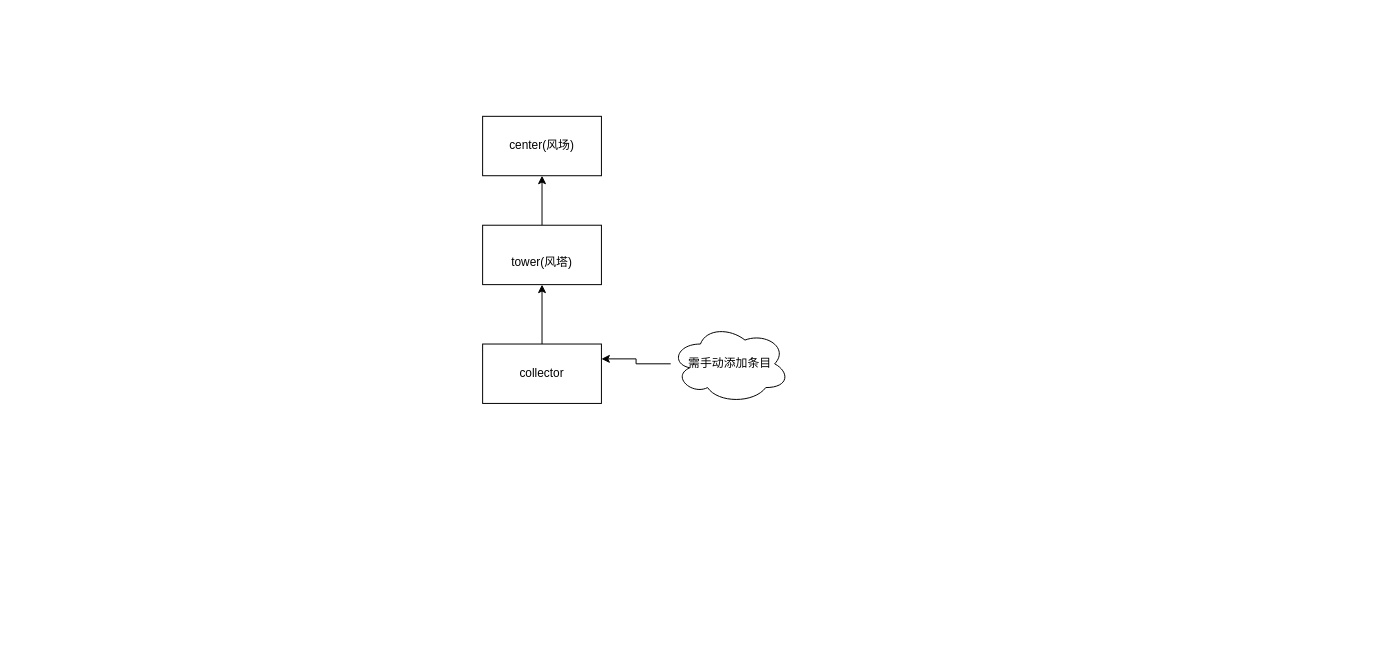
Before: 监测系统配置信息.drawio in spinoza1989/drawIO, a draw.io diagram. Source tidied: cells renumbered, new cells numbered last; positions are measured from the earlier drawing's top-left corner, leaving out a move shared by most shapes. Both pictures are drawn from the tidied source at 99%, with x=0, y=0 at pixel (482, 116).
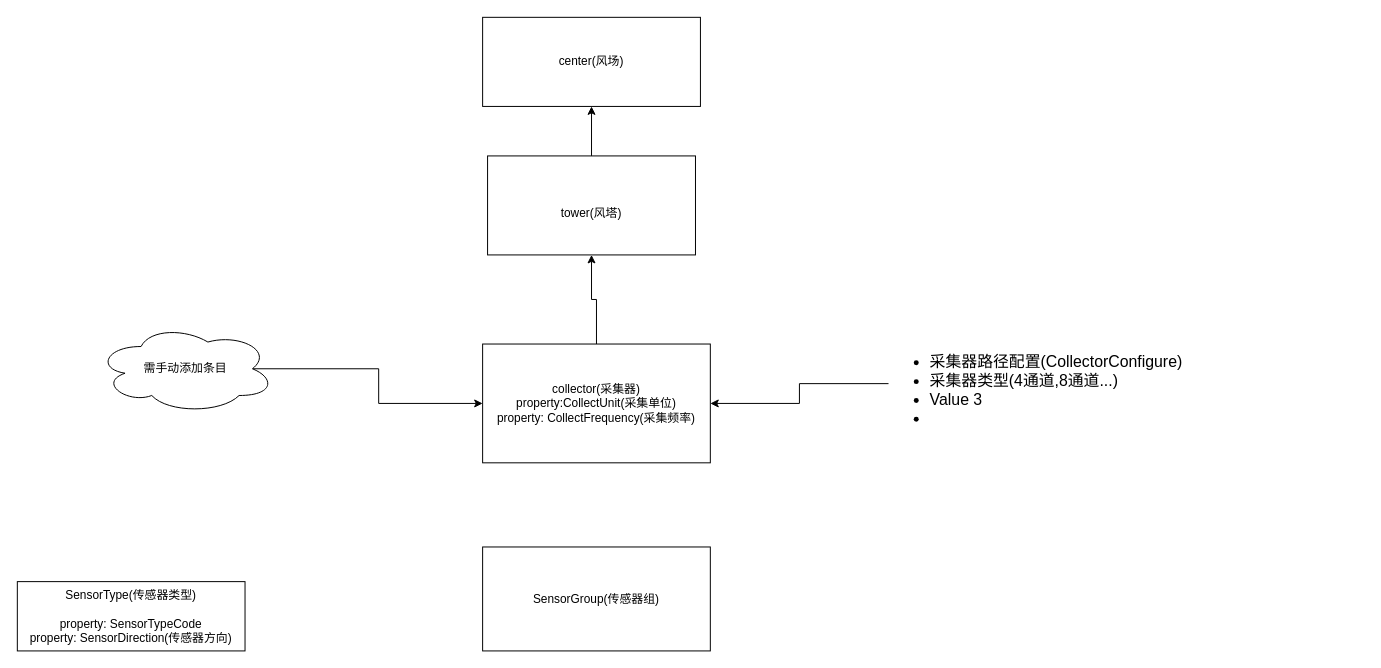
Above is the later version.

Commit message (it also covers changes not shown here):
Update 监测系统配置信息.drawio

What changed in the source:
```diff
@@
 <mxGraphModel>
   <root>
     <mxCell id="0" />
     <mxCell id="1" parent="0" />
     <mxCell id="2" value="center(风场)" style="rounded=0;whiteSpace=wrap;html=1;" parent="1" vertex="1">
-      <mxGeometry width="120" height="60" as="geometry" />
+      <mxGeometry y="-100" width="220" height="90" as="geometry" />
     </mxCell>
     <mxCell id="3" style="edgeStyle=orthogonalEdgeStyle;rounded=0;jettySize=auto;html=1;exitX=0.5;exitY=0;exitDx=0;exitDy=0;entryX=0.5;entryY=1;entryDx=0;entryDy=0;" parent="1" edge="1" source="4" target="2">
       <mxGeometry relative="1" as="geometry" />
     </mxCell>
     <mxCell id="4" value="&lt;div&gt;&lt;br&gt;&lt;/div&gt;tower(风塔&lt;span style=&quot;background-color: transparent; color: light-dark(rgb(0, 0, 0), rgb(255, 255, 255));&quot;&gt;)&lt;/span&gt;" style="rounded=0;whiteSpace=wrap;html=1;" parent="1" vertex="1">
-      <mxGeometry y="110" width="120" height="60" as="geometry" />
+      <mxGeometry x="5" y="40" width="210" height="100" as="geometry" />
     </mxCell>
     <mxCell id="5" style="edgeStyle=orthogonalEdgeStyle;rounded=0;jettySize=auto;html=1;exitX=0.5;exitY=0;exitDx=0;exitDy=0;entryX=0.5;entryY=1;entryDx=0;entryDy=0;" parent="1" edge="1" source="6" target="4">
       <mxGeometry relative="1" as="geometry" />
     </mxCell>
-    <mxCell id="6" value="&lt;div&gt;collector&lt;/div&gt;" style="rounded=0;whiteSpace=wrap;html=1;" parent="1" vertex="1">
-      <mxGeometry y="230" width="120" height="60" as="geometry" />
+    <mxCell id="6" value="&lt;div&gt;collector(采集器)&lt;/div&gt;&lt;div&gt;property:CollectUnit(采集单位)&lt;/div&gt;&lt;div&gt;property:&amp;nbsp;CollectFrequency(采集频率)&lt;/div&gt;" style="rounded=0;whiteSpace=wrap;html=1;" parent="1" vertex="1">
+      <mxGeometry y="230" width="230" height="120" as="geometry" />
     </mxCell>
-    <mxCell id="7" style="edgeStyle=orthogonalEdgeStyle;rounded=0;jettySize=auto;html=1;entryX=1;entryY=0.25;entryDx=0;entryDy=0;" parent="1" edge="1" source="8" target="6">
+    <mxCell id="7" style="edgeStyle=orthogonalEdgeStyle;rounded=0;jettySize=auto;html=1;exitX=0.875;exitY=0.5;exitDx=0;exitDy=0;exitPerimeter=0;entryX=0;entryY=0.5;entryDx=0;entryDy=0;" parent="1" edge="1" source="8" target="6">
       <mxGeometry relative="1" as="geometry" />
     </mxCell>
     <mxCell id="8" value="&lt;div&gt;&lt;br&gt;&lt;/div&gt;&lt;div&gt;&lt;br&gt;&lt;/div&gt;需手动添加条目&lt;div&gt;&lt;br&gt;&lt;div&gt;&lt;br&gt;&lt;/div&gt;&lt;/div&gt;" style="ellipse;shape=cloud;whiteSpace=wrap;html=1;" parent="1" vertex="1">
-      <mxGeometry x="190" y="210" width="120" height="80" as="geometry" />
+      <mxGeometry x="-390" y="210" width="180" height="90" as="geometry" />
     </mxCell>
+    <mxCell id="9" style="edgeStyle=orthogonalEdgeStyle;rounded=0;jettySize=auto;html=1;exitX=0;exitY=0.5;exitDx=0;exitDy=0;" parent="1" edge="1" source="10" target="6">
+      <mxGeometry relative="1" as="geometry" />
+    </mxCell>
+    <mxCell id="10" value="&lt;ul&gt;&lt;li&gt;采集器路径配置(CollectorConfigure)&lt;/li&gt;&lt;li&gt;采集器类型(4通道,8通道...)&lt;/li&gt;&lt;li&gt;Value 3&lt;/li&gt;&lt;li&gt;&lt;br&gt;&lt;/li&gt;&lt;/ul&gt;" style="text;strokeColor=none;fillColor=none;html=1;whiteSpace=wrap;verticalAlign=middle;overflow=hidden;fontSize=16;" parent="1" vertex="1">
+      <mxGeometry x="410" y="220" width="480" height="100" as="geometry" />
+    </mxCell>
+    <mxCell id="11" value="SensorType(传感器类型)&lt;div&gt;&lt;br&gt;&lt;/div&gt;&lt;div&gt;property: SensorTypeCode&lt;/div&gt;&lt;div&gt;property:&amp;nbsp;SensorDirection(传感器方向)&lt;/div&gt;" style="rounded=0;whiteSpace=wrap;html=1;" parent="1" vertex="1">
+      <mxGeometry x="-470" y="470" width="230" height="70" as="geometry" />
+    </mxCell>
+    <mxCell id="12" value="SensorGroup(传感器组&lt;span style=&quot;background-color: transparent; color: light-dark(rgb(0, 0, 0), rgb(255, 255, 255));&quot;&gt;)&lt;/span&gt;" style="rounded=0;whiteSpace=wrap;html=1;" parent="1" vertex="1">
+      <mxGeometry y="435" width="230" height="105" as="geometry" />
+    </mxCell>
   </root>
 </mxGraphModel>
```
